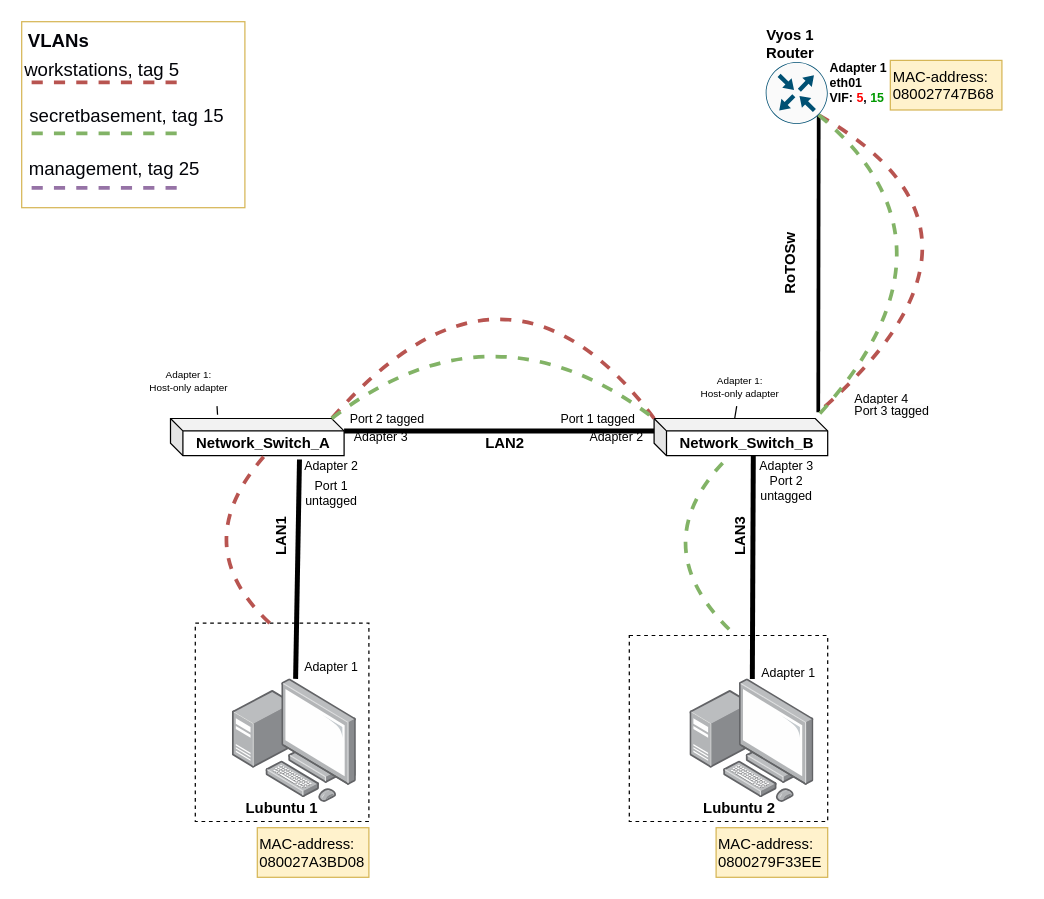
Before: page "Physical Topology" (1 of 3) of documentation/E04/E04NetworkChart_04.drawio in Kjersheim/DataNetworksIntro2023, a draw.io diagram. Source tidied: cells renumbered, new cells numbered last; positions are measured from the earlier drawing's top-left corner, leaving out a move shared by most shapes. Both pictures are drawn from the tidied source at 124%, with x=0, y=0 at pixel (21, 21).
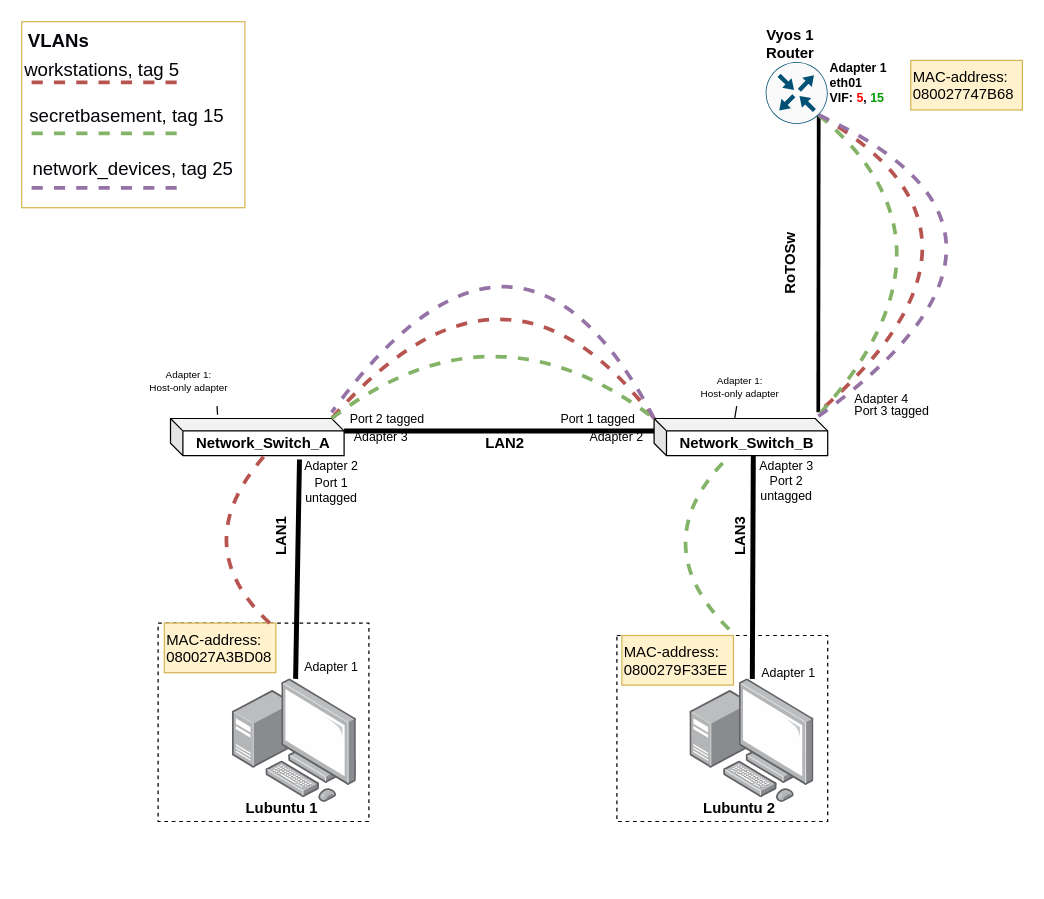
After the change.

Commit message (it also covers changes not shown here):
network_devices vlan E04

The change refers to these unchanged cells:
```xml
<mxCell id="10" value="Network_Switch_B" style="shape=cube;whiteSpace=wrap;html=1;boundedLbl=1;backgroundOutline=1;darkOpacity=0.05;darkOpacity2=0.1;direction=east;size=10;fontStyle=1;" parent="1" vertex="1">
  <mxGeometry x="510" y="320" width="140" height="30" as="geometry" />
</mxCell>
<mxCell id="23" value="Port 1 tagged" style="text;strokeColor=none;align=center;fillColor=none;html=1;verticalAlign=middle;whiteSpace=wrap;rounded=0;dashed=1;fontSize=10;" parent="1" vertex="1">
  <mxGeometry x="420" y="310" width="90" height="20" as="geometry" />
</mxCell>
<mxCell id="26" value="Port 2 tagged" style="text;strokeColor=none;align=center;fillColor=none;html=1;verticalAlign=middle;whiteSpace=wrap;rounded=0;dashed=1;fontSize=10;" parent="1" vertex="1">
  <mxGeometry x="250" y="310" width="90" height="20" as="geometry" />
</mxCell>
<mxCell id="29" style="sketch=0;points=[[0.5,0,0],[1,0.5,0],[0.5,1,0],[0,0.5,0],[0.145,0.145,0],[0.8555,0.145,0],[0.855,0.8555,0],[0.145,0.855,0]];verticalLabelPosition=bottom;html=1;verticalAlign=top;align=center;shape=mxgraph.cisco19.rect;prIcon=router;fillColor=#FAFAFA;strokeColor=#005073;" parent="1" vertex="1">
  <mxGeometry x="600" y="32.5" width="50" height="50" as="geometry" />
</mxCell>
```

The edit, as a diff of the source:
```diff
@@
     <mxCell id="3" style="rounded=0;whiteSpace=wrap;html=1;textOpacity=0;fillColor=none;dashed=1;" parent="1" vertex="1">
-      <mxGeometry x="490" y="495" width="160" height="150" as="geometry" />
+      <mxGeometry x="480" y="495" width="170" height="150" as="geometry" />
     </mxCell>
     <mxCell id="4" style="rounded=0;whiteSpace=wrap;html=1;textOpacity=0;fillColor=none;dashed=1;" parent="1" vertex="1">
-      <mxGeometry x="140" y="485" width="140" height="160" as="geometry" />
+      <mxGeometry x="110" y="485" width="170" height="160" as="geometry" />
     </mxCell>
@@
     <mxCell id="25" value="Port 1 &lt;br style=&quot;font-size: 10px;&quot;&gt;untagged" style="text;strokeColor=none;align=center;fillColor=none;html=1;verticalAlign=middle;whiteSpace=wrap;rounded=0;dashed=1;fontSize=10;" parent="1" vertex="1">
-      <mxGeometry x="205" y="370" width="90" height="20" as="geometry" />
+      <mxGeometry x="225" y="365" width="50" height="25" as="geometry" />
     </mxCell>
@@
     <mxCell id="33" value="Adapter 1&lt;br&gt;eth01&lt;br&gt;VIF: &lt;font color=&quot;#ff0000&quot;&gt;5&lt;/font&gt;&lt;font color=&quot;#020308&quot;&gt;, &lt;/font&gt;&lt;font color=&quot;#009900&quot;&gt;15&lt;/font&gt;&lt;font color=&quot;#020308&quot;&gt;&amp;nbsp;&lt;/font&gt;" style="text;strokeColor=none;align=left;fillColor=none;html=1;verticalAlign=top;whiteSpace=wrap;rounded=0;rotation=0;fontStyle=1;fontSize=10;" parent="1" vertex="1">
-      <mxGeometry x="650" y="25" width="50.5" height="52.5" as="geometry" />
+      <mxGeometry x="650" y="25" width="70" height="52.5" as="geometry" />
     </mxCell>
     <mxCell id="34" value="MAC-address:&lt;br&gt;080027A3BD08" style="text;strokeColor=#d6b656;align=left;fillColor=#fff2cc;html=1;verticalAlign=top;rounded=0;whiteSpace=wrap;labelBorderColor=none;fillStyle=auto;" parent="1" vertex="1">
-      <mxGeometry x="190" y="650" width="90" height="40" as="geometry" />
+      <mxGeometry x="115" y="485" width="90" height="40" as="geometry" />
     </mxCell>
     <mxCell id="35" value="MAC-address:&lt;br&gt;0800279F33EE" style="text;strokeColor=#d6b656;align=left;fillColor=#fff2cc;html=1;verticalAlign=top;rounded=0;whiteSpace=wrap;labelBorderColor=none;fillStyle=auto;" parent="1" vertex="1">
-      <mxGeometry x="560" y="650" width="90" height="40" as="geometry" />
+      <mxGeometry x="484" y="495" width="90" height="40" as="geometry" />
     </mxCell>
@@
-    <mxCell id="42" value="management, tag 25" style="text;strokeColor=none;align=center;fillColor=none;html=1;verticalAlign=middle;whiteSpace=wrap;rounded=0;fontSize=15;fontColor=#020308;" parent="1" vertex="1">
-      <mxGeometry y="110" width="150" height="15" as="geometry" />
+    <mxCell id="42" value="network_devices, tag 25" style="text;strokeColor=none;align=center;fillColor=none;html=1;verticalAlign=middle;whiteSpace=wrap;rounded=0;fontSize=15;fontColor=#020308;" parent="1" vertex="1">
+      <mxGeometry y="110" width="180" height="15" as="geometry" />
     </mxCell>
@@
     <mxCell id="53" value="MAC-address:&lt;br&gt;080027747B68" style="text;strokeColor=#d6b656;align=left;fillColor=#fff2cc;html=1;verticalAlign=top;rounded=0;whiteSpace=wrap;labelBorderColor=none;fillStyle=auto;" parent="1" vertex="1">
-      <mxGeometry x="700.5" y="31.2" width="90" height="40" as="geometry" />
+      <mxGeometry x="717" y="31.2" width="90" height="40" as="geometry" />
     </mxCell>
+    <mxCell id="54" style="endArrow=none;html=1;strokeWidth=3;fillColor=#e1d5e7;strokeColor=#9673a6;dashed=1;curved=1;exitX=1;exitY=0.5;exitDx=0;exitDy=0;entryX=0;entryY=0.25;entryDx=0;entryDy=0;" parent="1" edge="1" source="23" target="26">
+      <mxGeometry x="-0.71" y="-66" relative="1" as="geometry">
+        <Array as="points">
+          <mxPoint x="400" y="110" />
+        </Array>
+      </mxGeometry>
+    </mxCell>
+    <mxCell id="55" style="edgeStyle=none;jettySize=auto;html=1;exitX=0.855;exitY=0.8555;exitDx=0;exitDy=0;exitPerimeter=0;entryX=0;entryY=0;entryDx=130;entryDy=0;strokeColor=#9673a6;strokeWidth=3;fontSize=15;fontColor=#020308;endArrow=none;endFill=0;fillColor=#e1d5e7;dashed=1;curved=1;entryPerimeter=0;" parent="1" edge="1" source="29" target="10">
+      <mxGeometry relative="1" as="geometry">
+        <Array as="points">
+          <mxPoint x="850" y="170" />
+        </Array>
+      </mxGeometry>
+    </mxCell>
```
